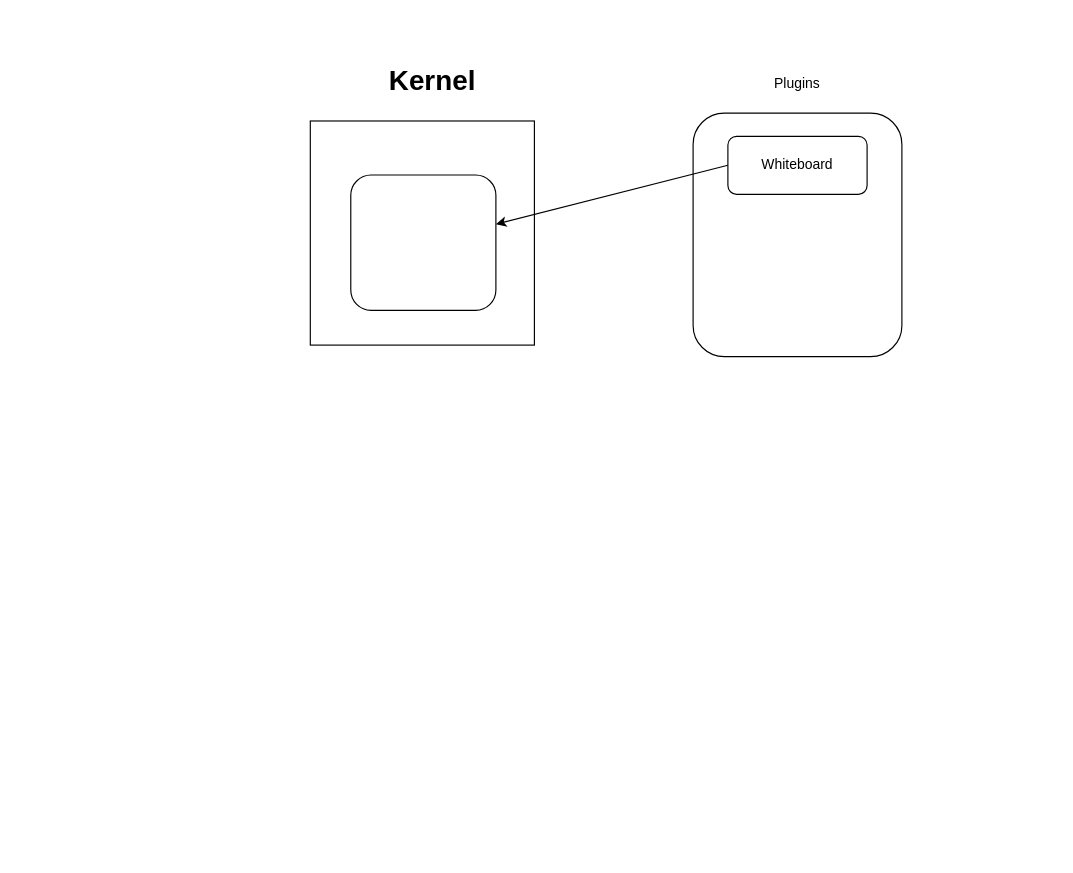
This is page "JEditor__arc" (1 of 2) of design/arc.drawio from jaylenchan/jeditor, a draw.io file, before an edit. Source tidied: cells renumbered, new cells numbered last; positions are measured from the earlier drawing's top-left corner, leaving out a move shared by most shapes. Both pictures are drawn from the tidied source at 116%, with x=0, y=0 at pixel (310, 55).
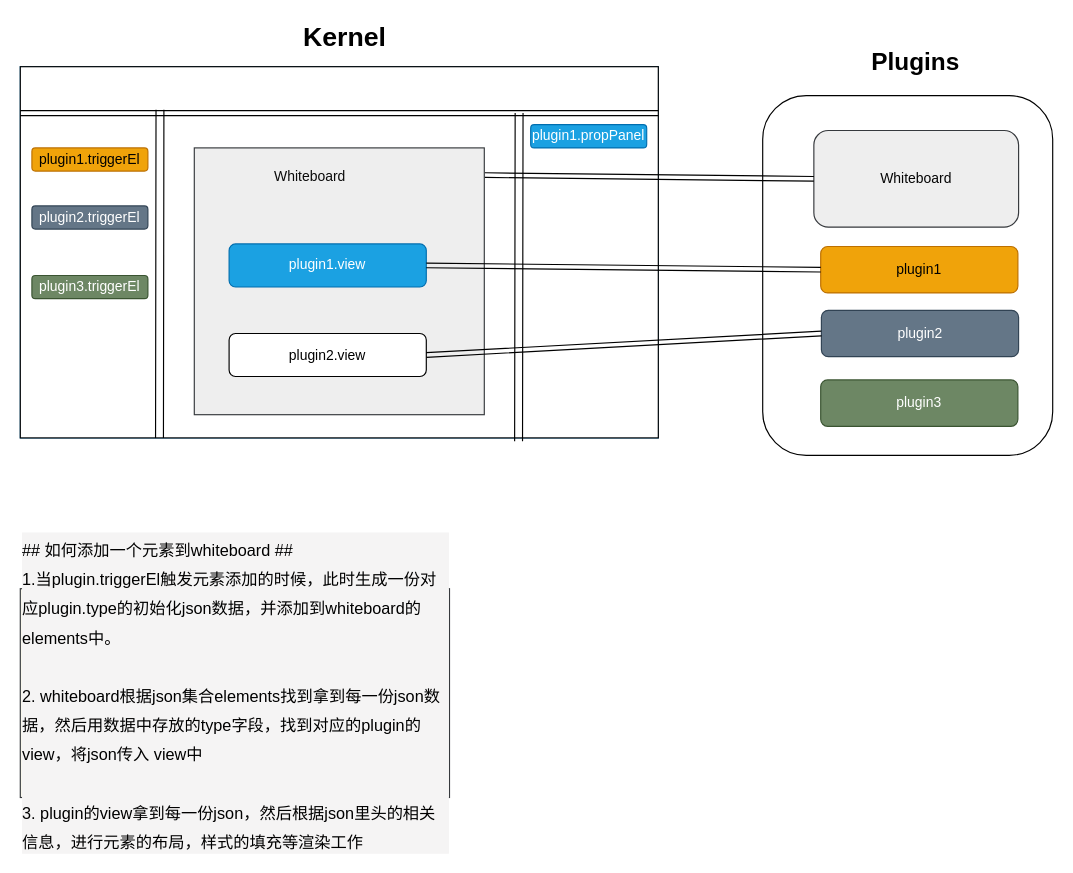
Above is the later version.

Commit message:
feat: design how to add element to whiteboard

The edit, as a diff of the source:
```diff
@@
-    <mxCell id="2" style="group;" parent="1" vertex="1">
-      <mxGeometry width="210" height="250" as="geometry" />
-    </mxCell>
-    <mxCell id="3" style="whiteSpace=wrap;html=1;" parent="2" vertex="1">
-      <mxGeometry y="56.8" width="193.2" height="193.2" as="geometry" />
-    </mxCell>
-    <mxCell id="4" value="Kernel" style="text;strokeColor=none;fillColor=none;html=1;fontSize=24;fontStyle=1;verticalAlign=middle;align=center;" parent="2" vertex="1">
-      <mxGeometry x="43.2" width="123.5" height="45.5" as="geometry" />
-    </mxCell>
-    <mxCell id="5" style="rounded=1;whiteSpace=wrap;html=1;" parent="2" vertex="1">
-      <mxGeometry x="34.9" y="103.4" width="125.1" height="116.6" as="geometry" />
-    </mxCell>
+    <mxCell id="10" style="group;" parent="1" vertex="1">
+      <mxGeometry x="-250" y="-30" width="890" height="375" as="geometry" />
+    </mxCell>
+    <mxCell id="11" style="group;" parent="10" vertex="1">
+      <mxGeometry x="640" y="25" width="250" height="350" as="geometry" />
+    </mxCell>
-    <mxCell id="6" style="rounded=1;whiteSpace=wrap;html=1;" parent="1" vertex="1">
-      <mxGeometry x="330" y="50" width="180" height="210" as="geometry" />
+    <mxCell id="6" style="rounded=1;whiteSpace=wrap;html=1;" parent="11" vertex="1">
+      <mxGeometry y="40" width="250" height="310" as="geometry" />
     </mxCell>
-    <mxCell id="7" value="Plugins" style="text;html=1;strokeColor=none;fillColor=none;align=center;verticalAlign=middle;whiteSpace=wrap;rounded=0;" parent="1" vertex="1">
-      <mxGeometry x="390" y="10" width="60" height="30" as="geometry" />
+    <mxCell id="7" value="Plugins" style="text;html=1;strokeColor=none;fillColor=none;align=center;verticalAlign=middle;whiteSpace=wrap;rounded=0;fontStyle=1;fontSize=21;" parent="11" vertex="1">
+      <mxGeometry x="88.2" y="-15" width="88.2" height="50" as="geometry" />
     </mxCell>
-    <mxCell id="8" style="edgeStyle=none;html=1;exitX=0;exitY=0.5;exitDx=0;exitDy=0;" parent="1" edge="1" source="9" target="5">
-      <mxGeometry relative="1" as="geometry" />
-    </mxCell>
-    <mxCell id="9" value="Whiteboard" style="rounded=1;whiteSpace=wrap;html=1;" parent="1" vertex="1">
-      <mxGeometry x="360" y="70" width="120" height="50" as="geometry" />
+    <mxCell id="9" value="&lt;font color=&quot;#050505&quot;&gt;Whiteboard&lt;/font&gt;" style="rounded=1;whiteSpace=wrap;html=1;fillColor=#eeeeee;strokeColor=#36393d;" parent="11" vertex="1">
+      <mxGeometry x="44.1" y="70" width="176.5" height="83.3" as="geometry" />
     </mxCell>
+    <mxCell id="12" value="plugin1" style="rounded=1;whiteSpace=wrap;html=1;fillColor=#f0a30a;fontColor=#000000;strokeColor=#BD7000;" parent="11" vertex="1">
+      <mxGeometry x="50" y="170" width="170" height="40" as="geometry" />
+    </mxCell>
+    <mxCell id="13" value="plugin2" style="rounded=1;whiteSpace=wrap;html=1;fillColor=#647687;fontColor=#ffffff;strokeColor=#314354;" parent="11" vertex="1">
+      <mxGeometry x="50.6" y="225" width="170" height="40" as="geometry" />
+    </mxCell>
+    <mxCell id="14" value="plugin3" style="rounded=1;whiteSpace=wrap;html=1;fillColor=#6d8764;fontColor=#ffffff;strokeColor=#3A5431;" parent="11" vertex="1">
+      <mxGeometry x="50" y="285" width="170" height="40" as="geometry" />
+    </mxCell>
+    <mxCell id="15" style="group;fillColor=#1ba1e2;fontColor=#ffffff;strokeColor=#006EAF;" parent="10" vertex="1">
+      <mxGeometry y="40" width="550" height="320" as="geometry" />
+    </mxCell>
+    <mxCell id="16" style="whiteSpace=wrap;html=1;" parent="15" vertex="1">
+      <mxGeometry width="550" height="320" as="geometry" />
+    </mxCell>
+    <mxCell id="17" style="edgeStyle=none;jettySize=auto;html=1;shape=link;width=-4.4;" parent="15" edge="1" target="16">
+      <mxGeometry relative="1" as="geometry">
+        <mxPoint y="40" as="sourcePoint" />
+        <Array as="points">
+          <mxPoint x="550" y="40" />
+        </Array>
+      </mxGeometry>
+    </mxCell>
+    <mxCell id="18" style="edgeStyle=none;jettySize=auto;html=1;shape=link;width=6.800000000000001;entryX=0.781;entryY=1.009;entryDx=0;entryDy=0;entryPerimeter=0;" parent="15" edge="1" target="16">
+      <mxGeometry relative="1" as="geometry">
+        <mxPoint x="430" y="40" as="sourcePoint" />
+      </mxGeometry>
+    </mxCell>
+    <mxCell id="19" style="edgeStyle=none;orthogonalLoop=1;jettySize=auto;html=1;shape=link;width=6.800000000000001;entryX=0.781;entryY=1.009;entryDx=0;entryDy=0;entryPerimeter=0;" parent="15" edge="1">
+      <mxGeometry relative="1" as="geometry">
+        <mxPoint x="120.4" y="37.1" as="sourcePoint" />
+        <mxPoint x="120" y="320" as="targetPoint" />
+      </mxGeometry>
+    </mxCell>
+    <mxCell id="20" style="whiteSpace=wrap;html=1;fillColor=#eeeeee;strokeColor=#36393d;" parent="15" vertex="1">
+      <mxGeometry x="150" y="70" width="250" height="230" as="geometry" />
+    </mxCell>
+    <mxCell id="21" value="&lt;font color=&quot;#0a0a0a&quot;&gt;Whiteboard&lt;/font&gt;" style="text;strokeColor=none;align=center;fillColor=none;html=1;verticalAlign=middle;whiteSpace=wrap;rounded=0;" parent="15" vertex="1">
+      <mxGeometry x="220" y="80" width="60" height="30" as="geometry" />
+    </mxCell>
+    <mxCell id="22" value="plugin1.view" style="rounded=1;whiteSpace=wrap;html=1;fillColor=#1ba1e2;fontColor=#ffffff;strokeColor=#006EAF;" parent="15" vertex="1">
+      <mxGeometry x="180" y="152.8" width="170" height="37.1" as="geometry" />
+    </mxCell>
+    <mxCell id="23" value="plugin1.triggerEl" style="rounded=1;whiteSpace=wrap;html=1;fillColor=#f0a30a;fontColor=#000000;strokeColor=#BD7000;" parent="15" vertex="1">
+      <mxGeometry x="10" y="70" width="100" height="20" as="geometry" />
+    </mxCell>
+    <mxCell id="24" value="plugin1.propPanel" style="rounded=1;whiteSpace=wrap;html=1;fillColor=#1ba1e2;fontColor=#ffffff;strokeColor=#006EAF;" parent="15" vertex="1">
+      <mxGeometry x="440" y="50" width="100" height="20" as="geometry" />
+    </mxCell>
+    <mxCell id="25" value="plugin2.triggerEl" style="rounded=1;whiteSpace=wrap;html=1;fillColor=#647687;fontColor=#ffffff;strokeColor=#314354;" parent="15" vertex="1">
+      <mxGeometry x="10" y="120" width="100" height="20" as="geometry" />
+    </mxCell>
+    <mxCell id="26" value="plugin3.triggerEl" style="rounded=1;whiteSpace=wrap;html=1;fillColor=#6d8764;fontColor=#ffffff;strokeColor=#3A5431;" parent="15" vertex="1">
+      <mxGeometry x="10" y="180" width="100" height="20" as="geometry" />
+    </mxCell>
+    <mxCell id="27" value="plugin2.view" style="rounded=1;whiteSpace=wrap;html=1;" parent="15" vertex="1">
+      <mxGeometry x="180" y="230" width="170" height="37.1" as="geometry" />
+    </mxCell>
+    <mxCell id="28" style="edgeStyle=none;shape=link;html=1;exitX=0;exitY=0.5;exitDx=0;exitDy=0;entryX=1.002;entryY=0.102;entryDx=0;entryDy=0;entryPerimeter=0;" parent="10" edge="1" source="9" target="20">
+      <mxGeometry relative="1" as="geometry" />
+    </mxCell>
+    <mxCell id="4" value="Kernel" style="text;strokeColor=none;align=center;fillColor=none;html=1;verticalAlign=middle;whiteSpace=wrap;rounded=0;fontStyle=1;fontSize=23;" parent="10" vertex="1">
+      <mxGeometry x="160" width="240" height="30" as="geometry" />
+    </mxCell>
+    <mxCell id="29" style="edgeStyle=none;shape=link;html=1;exitX=0;exitY=0.5;exitDx=0;exitDy=0;entryX=1;entryY=0.5;entryDx=0;entryDy=0;" parent="10" edge="1" source="12" target="22">
+      <mxGeometry relative="1" as="geometry" />
+    </mxCell>
+    <mxCell id="30" style="edgeStyle=none;shape=link;html=1;exitX=0;exitY=0.5;exitDx=0;exitDy=0;entryX=1;entryY=0.5;entryDx=0;entryDy=0;" parent="10" edge="1" source="13" target="27">
+      <mxGeometry relative="1" as="geometry" />
+    </mxCell>
+    <mxCell id="31" value="&lt;font style=&quot;font-size: 14px;&quot;&gt;## 如何添加一个元素到whiteboard ##&lt;br&gt;1.当plugin.triggerEl触发元素添加的时候，此时生成一份对应plugin.type的初始化json数据，并添加到whiteboard的elements中。&lt;br&gt;&lt;br&gt;2. whiteboard根据json集合elements找到拿到每一份json数据，然后用数据中存放的type字段，找到对应的plugin的view，将json传入 view中&lt;br&gt;&lt;br&gt;3. plugin的view拿到每一份json，然后根据json里头的相关信息，进行元素的布局，样式的填充等渲染工作&lt;br&gt;&lt;/font&gt;&lt;div style=&quot;&quot;&gt;&lt;/div&gt;" style="text;strokeColor=#36393d;align=left;fillColor=#f9f7ed;html=1;verticalAlign=middle;whiteSpace=wrap;rounded=0;labelBackgroundColor=#f5f4f4;fontSize=21;fontColor=#000000;" parent="1" vertex="1">
+      <mxGeometry x="-250" y="460" width="370" height="180" as="geometry" />
+    </mxCell>
```
